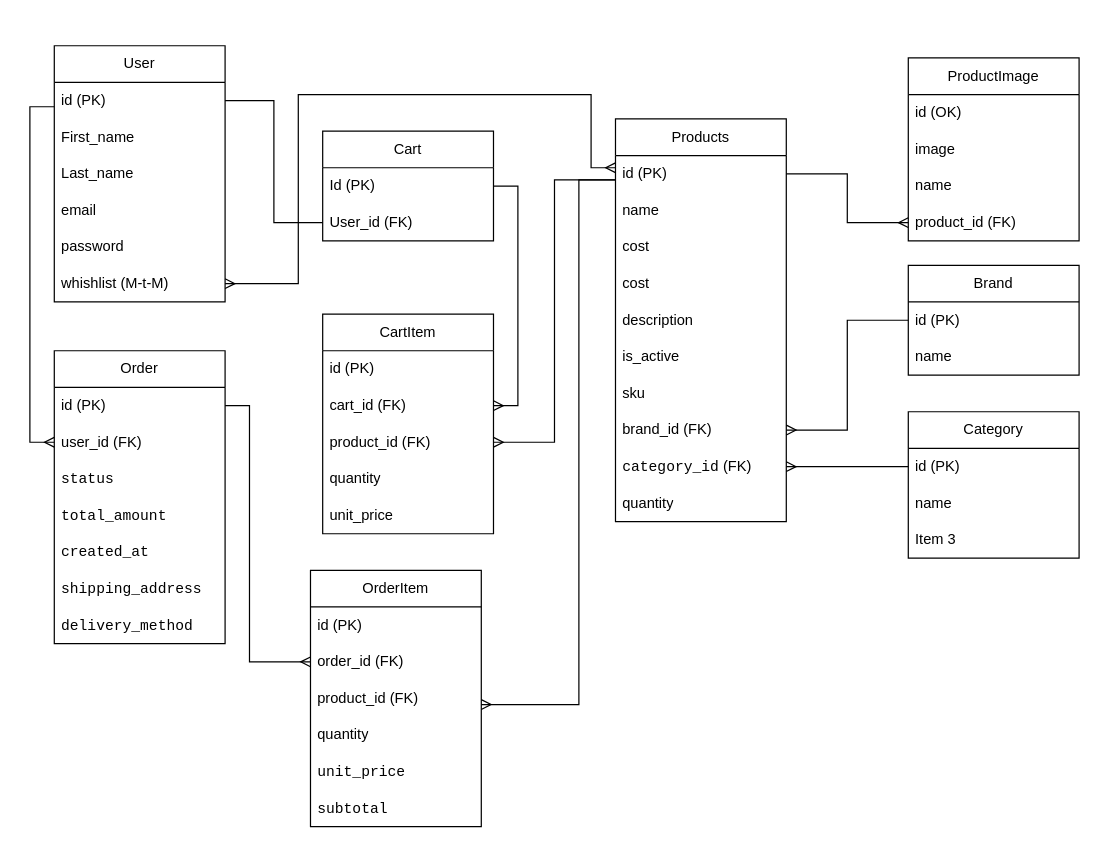
The draw.io diagram er-diagramms/e-commerce.drawio in Arleking1521/web-sec-e-commerce-project, before the edit. Source tidied: cells renumbered, new cells numbered last; positions are measured from the earlier drawing's top-left corner, leaving out a move shared by most shapes. Both pictures are drawn from the tidied source at 122%, with x=0, y=0 at pixel (29, 45).
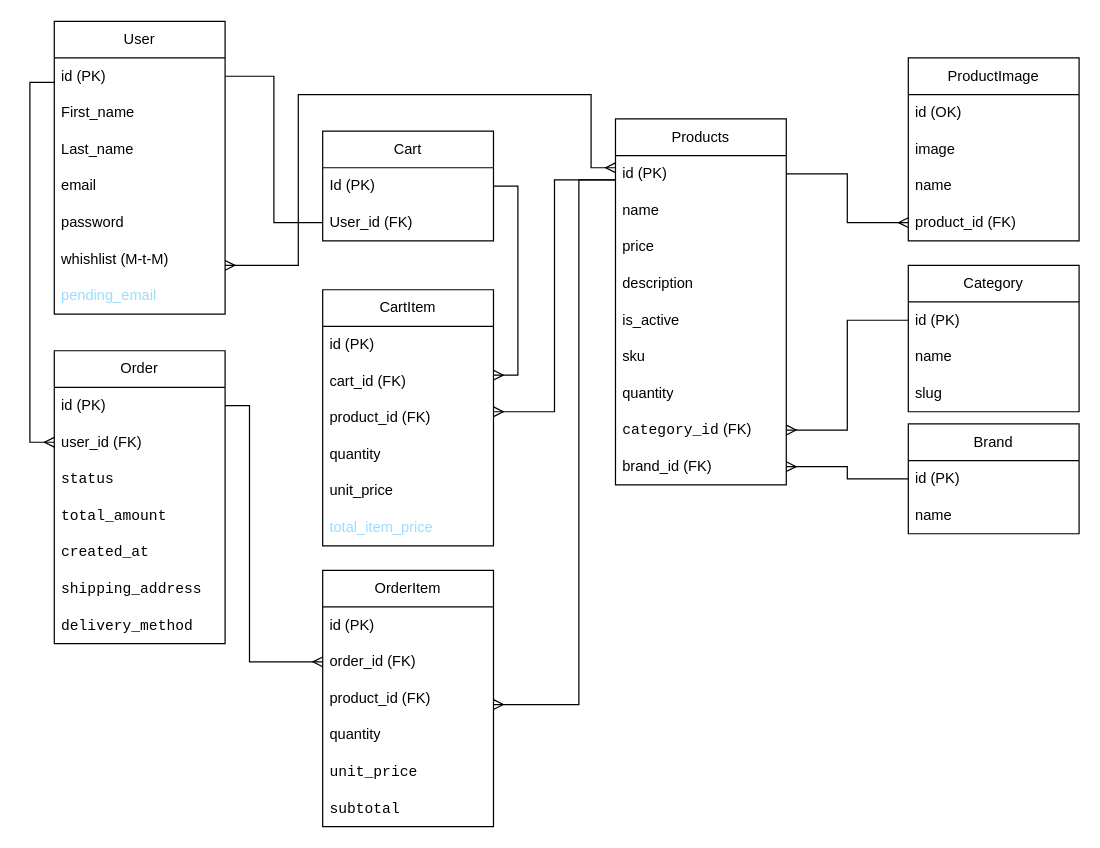
Above is the later version.

Unchanged cells that the change refers to:
```xml
<mxCell id="3" value="id (PK)" style="text;strokeColor=none;fillColor=none;align=left;verticalAlign=middle;spacingLeft=4;spacingRight=4;overflow=hidden;points=[[0,0.5],[1,0.5]];portConstraint=eastwest;whiteSpace=wrap;html=1;" parent="2" vertex="1">
  <mxGeometry y="30" width="140" height="30" as="geometry" />
</mxCell>
<mxCell id="8" value="whishlist (M-t-M)" style="text;strokeColor=none;fillColor=none;align=left;verticalAlign=middle;spacingLeft=4;spacingRight=4;overflow=hidden;points=[[0,0.5],[1,0.5]];portConstraint=eastwest;whiteSpace=wrap;html=1;" parent="2" vertex="1">
  <mxGeometry y="180" width="140" height="30" as="geometry" />
</mxCell>
<mxCell id="10" value="id (PK)" style="text;strokeColor=none;fillColor=none;align=left;verticalAlign=middle;spacingLeft=4;spacingRight=4;overflow=hidden;points=[[0,0.5],[1,0.5]];portConstraint=eastwest;whiteSpace=wrap;html=1;" parent="9" vertex="1">
  <mxGeometry y="30" width="140" height="30" as="geometry" />
</mxCell>
<mxCell id="21" value="Id (PK)" style="text;strokeColor=none;fillColor=none;align=left;verticalAlign=middle;spacingLeft=4;spacingRight=4;overflow=hidden;points=[[0,0.5],[1,0.5]];portConstraint=eastwest;whiteSpace=wrap;html=1;" parent="20" vertex="1">
  <mxGeometry y="30" width="140" height="30" as="geometry" />
</mxCell>
<mxCell id="41" value="cart_id (FK)" style="text;strokeColor=none;fillColor=none;align=left;verticalAlign=middle;spacingLeft=4;spacingRight=4;overflow=hidden;points=[[0,0.5],[1,0.5]];portConstraint=eastwest;whiteSpace=wrap;html=1;" parent="39" vertex="1">
  <mxGeometry y="60" width="140" height="30" as="geometry" />
</mxCell>
<mxCell id="42" value="product_id (FK)" style="text;strokeColor=none;fillColor=none;align=left;verticalAlign=middle;spacingLeft=4;spacingRight=4;overflow=hidden;points=[[0,0.5],[1,0.5]];portConstraint=eastwest;whiteSpace=wrap;html=1;" parent="39" vertex="1">
  <mxGeometry y="90" width="140" height="30" as="geometry" />
</mxCell>
<mxCell id="49" value="user_id (FK)" style="text;strokeColor=none;fillColor=none;align=left;verticalAlign=middle;spacingLeft=4;spacingRight=4;overflow=hidden;points=[[0,0.5],[1,0.5]];portConstraint=eastwest;whiteSpace=wrap;html=1;" parent="47" vertex="1">
  <mxGeometry y="60" width="140" height="30" as="geometry" />
</mxCell>
```

What changed in the source:
```diff
@@
     <mxCell id="2" value="User" style="swimlane;fontStyle=0;horizontal=1;startSize=30;whiteSpace=wrap;html=1;" parent="1" vertex="1">
-      <mxGeometry x="20" width="140" height="210" as="geometry" />
+      <mxGeometry x="20" y="-20" width="140" height="240" as="geometry" />
     </mxCell>
@@
+    <mxCell id="66" value="&lt;div style=&quot;line-height: 19px; white-space: pre;&quot;&gt;&lt;span&gt;&lt;font style=&quot;color: light-dark(rgb(156, 220, 254), rgb(255, 255, 255));&quot; face=&quot;Helvetica&quot;&gt;pending_email&lt;/font&gt;&lt;/span&gt;&lt;/div&gt;" style="text;strokeColor=none;fillColor=none;align=left;verticalAlign=middle;spacingLeft=4;spacingRight=4;overflow=hidden;whiteSpace=wrap;html=1;" parent="2" vertex="1">
+      <mxGeometry y="210" width="140" height="30" as="geometry" />
+    </mxCell>
     <mxCell id="9" value="Products" style="swimlane;fontStyle=0;horizontal=1;startSize=30;whiteSpace=wrap;html=1;" parent="1" vertex="1">
-      <mxGeometry x="480" y="60" width="140" height="330" as="geometry" />
+      <mxGeometry x="480" y="60" width="140" height="300" as="geometry" />
     </mxCell>
@@
-    <mxCell id="12" value="cost" style="text;strokeColor=none;fillColor=none;align=left;verticalAlign=middle;spacingLeft=4;spacingRight=4;overflow=hidden;whiteSpace=wrap;html=1;" parent="9" vertex="1">
+    <mxCell id="12" value="price" style="text;strokeColor=none;fillColor=none;align=left;verticalAlign=middle;spacingLeft=4;spacingRight=4;overflow=hidden;whiteSpace=wrap;html=1;" parent="9" vertex="1">
       <mxGeometry y="90" width="140" height="30" as="geometry" />
     </mxCell>
-    <mxCell id="13" value="cost" style="text;strokeColor=none;fillColor=none;align=left;verticalAlign=middle;spacingLeft=4;spacingRight=4;overflow=hidden;whiteSpace=wrap;html=1;" parent="9" vertex="1">
-      <mxGeometry y="120" width="140" height="30" as="geometry" />
-    </mxCell>
     <mxCell id="14" value="description" style="text;strokeColor=none;fillColor=none;align=left;verticalAlign=middle;spacingLeft=4;spacingRight=4;overflow=hidden;whiteSpace=wrap;html=1;" parent="9" vertex="1">
-      <mxGeometry y="150" width="140" height="30" as="geometry" />
+      <mxGeometry y="120" width="140" height="30" as="geometry" />
     </mxCell>
     <mxCell id="15" value="is_active" style="text;strokeColor=none;fillColor=none;align=left;verticalAlign=middle;spacingLeft=4;spacingRight=4;overflow=hidden;whiteSpace=wrap;html=1;" parent="9" vertex="1">
-      <mxGeometry y="180" width="140" height="30" as="geometry" />
+      <mxGeometry y="150" width="140" height="30" as="geometry" />
     </mxCell>
     <mxCell id="16" value="sku" style="text;strokeColor=none;fillColor=none;align=left;verticalAlign=middle;spacingLeft=4;spacingRight=4;overflow=hidden;whiteSpace=wrap;html=1;" parent="9" vertex="1">
-      <mxGeometry y="210" width="140" height="30" as="geometry" />
+      <mxGeometry y="180" width="140" height="30" as="geometry" />
     </mxCell>
+    <mxCell id="19" value="quantity" style="text;strokeColor=none;fillColor=none;align=left;verticalAlign=middle;spacingLeft=4;spacingRight=4;overflow=hidden;whiteSpace=wrap;html=1;" parent="9" vertex="1">
+      <mxGeometry y="210" width="140" height="30" as="geometry" />
+    </mxCell>
+    <mxCell id="18" value="&lt;code&gt;category_id&lt;/code&gt;&amp;nbsp;(FK)" style="text;strokeColor=none;fillColor=none;align=left;verticalAlign=middle;spacingLeft=4;spacingRight=4;overflow=hidden;points=[[0,0.5],[1,0.5]];portConstraint=eastwest;whiteSpace=wrap;html=1;" parent="9" vertex="1">
+      <mxGeometry y="240" width="140" height="30" as="geometry" />
+    </mxCell>
     <mxCell id="17" value="brand_id (FK)" style="text;strokeColor=none;fillColor=none;align=left;verticalAlign=middle;spacingLeft=4;spacingRight=4;overflow=hidden;points=[[0,0.5],[1,0.5]];portConstraint=eastwest;whiteSpace=wrap;html=1;" parent="9" vertex="1">
-      <mxGeometry y="240" width="140" height="30" as="geometry" />
+      <mxGeometry y="270" width="140" height="30" as="geometry" />
     </mxCell>
-    <mxCell id="18" value="&lt;code&gt;category_id&lt;/code&gt;&amp;nbsp;(FK)" style="text;strokeColor=none;fillColor=none;align=left;verticalAlign=middle;spacingLeft=4;spacingRight=4;overflow=hidden;points=[[0,0.5],[1,0.5]];portConstraint=eastwest;whiteSpace=wrap;html=1;" parent="9" vertex="1">
-      <mxGeometry y="270" width="140" height="30" as="geometry" />
-    </mxCell>
-    <mxCell id="19" value="quantity" style="text;strokeColor=none;fillColor=none;align=left;verticalAlign=middle;spacingLeft=4;spacingRight=4;overflow=hidden;whiteSpace=wrap;html=1;" parent="9" vertex="1">
-      <mxGeometry y="300" width="140" height="30" as="geometry" />
-    </mxCell>
@@
     <mxCell id="24" value="Category " style="swimlane;fontStyle=0;horizontal=1;startSize=30;whiteSpace=wrap;html=1;" parent="1" vertex="1">
-      <mxGeometry x="720" y="300" width="140" height="120" as="geometry" />
+      <mxGeometry x="720" y="180" width="140" height="120" as="geometry" />
     </mxCell>
@@
-    <mxCell id="27" value="Item 3" style="text;strokeColor=none;fillColor=none;align=left;verticalAlign=middle;spacingLeft=4;spacingRight=4;overflow=hidden;whiteSpace=wrap;html=1;" parent="24" vertex="1">
+    <mxCell id="27" value="slug" style="text;strokeColor=none;fillColor=none;align=left;verticalAlign=middle;spacingLeft=4;spacingRight=4;overflow=hidden;whiteSpace=wrap;html=1;" parent="24" vertex="1">
       <mxGeometry y="90" width="140" height="30" as="geometry" />
     </mxCell>
@@
     <mxCell id="30" value="Brand " style="swimlane;fontStyle=0;horizontal=1;startSize=30;whiteSpace=wrap;html=1;" parent="1" vertex="1">
-      <mxGeometry x="720" y="180" width="140" height="90" as="geometry" />
+      <mxGeometry x="720" y="310" width="140" height="90" as="geometry" />
     </mxCell>
@@
     <mxCell id="39" value="CartItem " style="swimlane;fontStyle=0;horizontal=1;startSize=30;whiteSpace=wrap;html=1;" parent="1" vertex="1">
-      <mxGeometry x="240" y="220" width="140" height="180" as="geometry" />
+      <mxGeometry x="240" y="200" width="140" height="210" as="geometry" />
     </mxCell>
@@
+    <mxCell id="67" value="&lt;div style=&quot;line-height: 19px; white-space: pre;&quot;&gt;&lt;span&gt;&lt;font face=&quot;Helvetica&quot; style=&quot;color: light-dark(rgb(156, 220, 254), rgb(255, 255, 255));&quot;&gt;total_item_price&lt;/font&gt;&lt;/span&gt;&lt;/div&gt;" style="text;strokeColor=none;fillColor=none;align=left;verticalAlign=middle;spacingLeft=4;spacingRight=4;overflow=hidden;whiteSpace=wrap;html=1;" parent="39" vertex="1">
+      <mxGeometry y="180" width="140" height="30" as="geometry" />
+    </mxCell>
     <mxCell id="45" style="edgeStyle=orthogonalEdgeStyle;rounded=0;jettySize=auto;html=1;endArrow=ERmany;endFill=0;" parent="1" edge="1" source="21" target="41">
       <mxGeometry relative="1" as="geometry">
         <Array as="points">
           <mxPoint x="400" y="115" />
-          <mxPoint x="400" y="295" />
+          <mxPoint x="400" y="270" />
         </Array>
       </mxGeometry>
     </mxCell>
     <mxCell id="46" style="edgeStyle=orthogonalEdgeStyle;rounded=0;jettySize=auto;html=1;endArrow=ERmany;endFill=0;" parent="1" edge="1" source="10" target="42">
       <mxGeometry relative="1" as="geometry">
         <Array as="points">
           <mxPoint x="430" y="110" />
-          <mxPoint x="430" y="325" />
+          <mxPoint x="430" y="300" />
         </Array>
       </mxGeometry>
     </mxCell>
@@
     <mxCell id="55" style="edgeStyle=orthogonalEdgeStyle;rounded=0;jettySize=auto;html=1;endArrow=ERmany;endFill=0;" parent="1" edge="1" source="3" target="49">
       <mxGeometry relative="1" as="geometry">
         <Array as="points">
-          <mxPoint y="50" />
+          <mxPoint y="30" />
           <mxPoint y="325" />
         </Array>
       </mxGeometry>
     </mxCell>
     <mxCell id="56" value="OrderItem " style="swimlane;fontStyle=0;horizontal=1;startSize=30;whiteSpace=wrap;html=1;" parent="1" vertex="1">
-      <mxGeometry x="230" y="430" width="140" height="210" as="geometry" />
+      <mxGeometry x="240" y="430" width="140" height="210" as="geometry" />
     </mxCell>
@@
     <mxCell id="65" style="edgeStyle=orthogonalEdgeStyle;rounded=0;jettySize=auto;html=1;endArrow=ERmany;endFill=0;startArrow=ERmany;startFill=0;" parent="1" edge="1" source="8" target="10">
       <mxGeometry relative="1" as="geometry">
         <Array as="points">
-          <mxPoint x="220" y="195" />
+          <mxPoint x="220" y="180" />
           <mxPoint x="220" y="40" />
           <mxPoint x="460" y="40" />
           <mxPoint x="460" y="100" />
         </Array>
       </mxGeometry>
     </mxCell>
```
